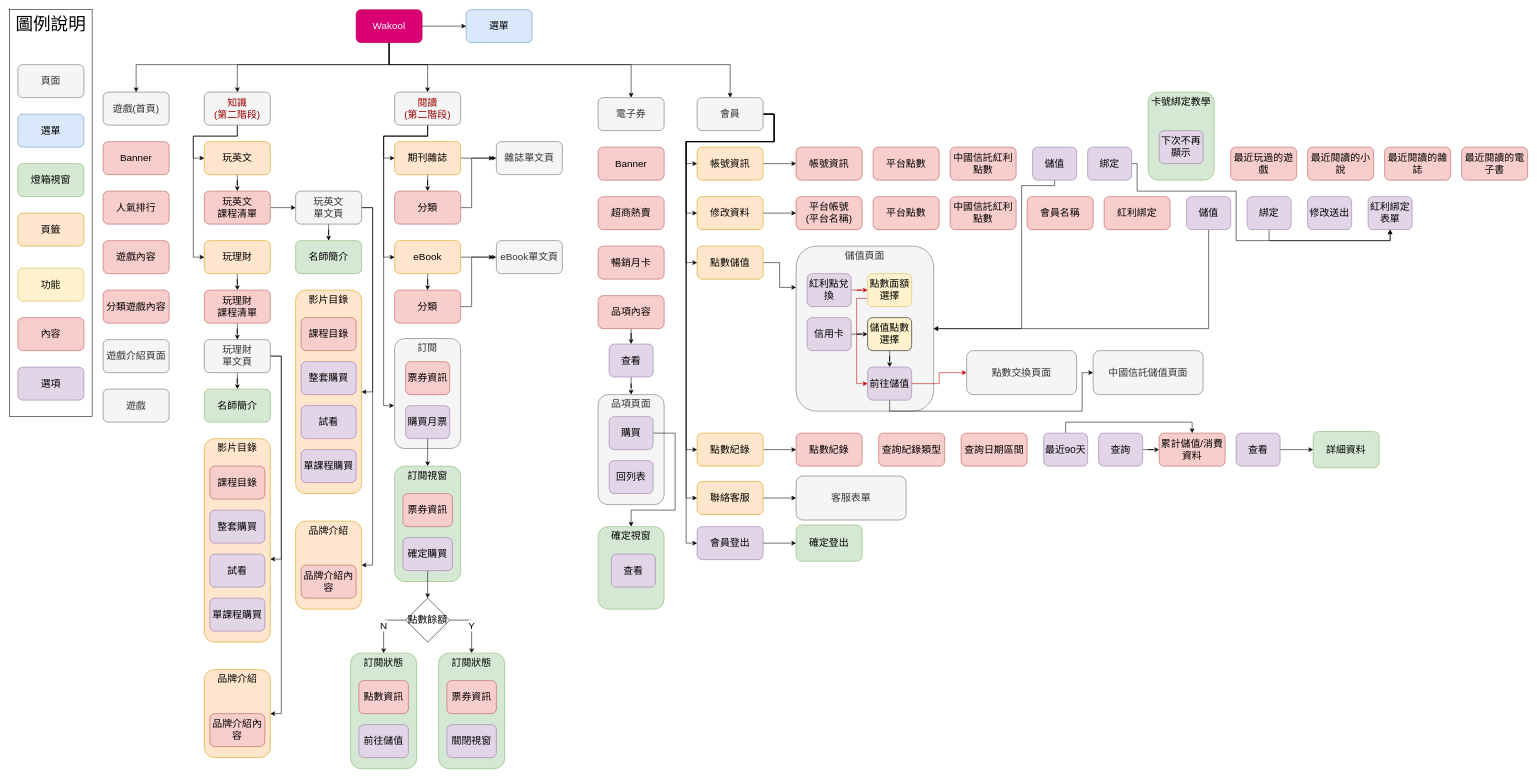
Cadmus-design/Diagrams keeps this draw.io diagram as page "sitemap-1117" (3 of 3) of 中信Wakool.drawio. Above is the earlier version. Source tidied: cells renumbered, new cells numbered last; positions are measured from the earlier drawing's top-left corner, leaving out a move shared by most shapes. Both pictures are drawn from the tidied source at 55%, with x=0, y=0 at pixel (9, 9).
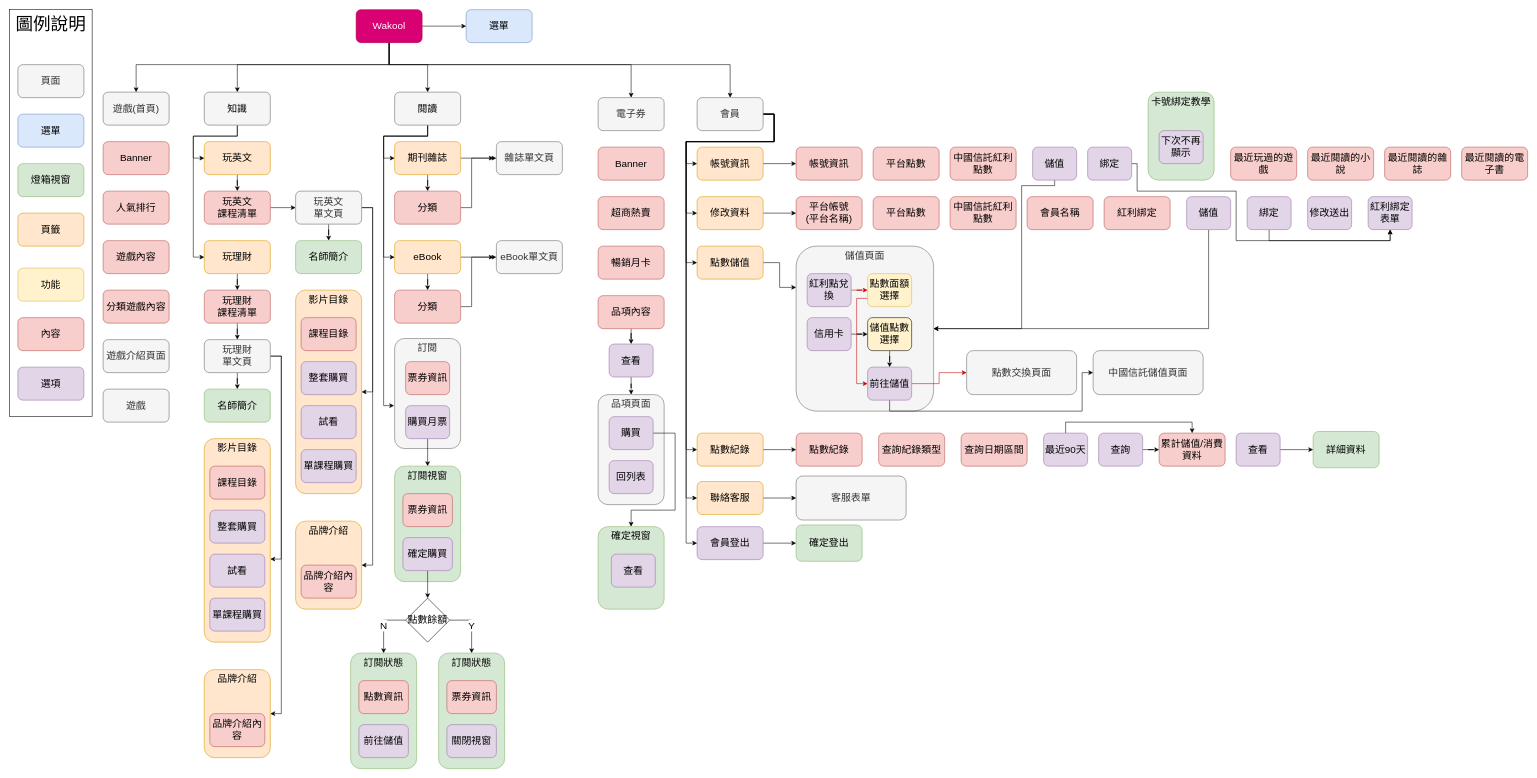
The same page after the edit.

What changed in the source:
```diff
@@
-    <mxCell id="11" value="&lt;div&gt;知識&lt;/div&gt;&lt;div&gt;(第二階段)&lt;/div&gt;" style="rounded=1;whiteSpace=wrap;html=1;fillColor=#f5f5f5;strokeColor=#666666;fontSize=18;fontColor=#990000;" parent="1" vertex="1">
+    <mxCell id="11" value="&lt;div&gt;知識&lt;/div&gt;" style="rounded=1;whiteSpace=wrap;html=1;fillColor=#f5f5f5;strokeColor=#666666;fontSize=18;fontColor=#000000;" parent="1" vertex="1">
       <mxGeometry x="354" y="150" width="120" height="60" as="geometry" />
     </mxCell>
@@
-    <mxCell id="15" value="&lt;div&gt;閱讀&lt;/div&gt;&lt;div&gt;(第二階段)&lt;/div&gt;" style="rounded=1;whiteSpace=wrap;html=1;fillColor=#f5f5f5;strokeColor=#666666;fontSize=18;fontColor=#990000;" parent="1" vertex="1">
+    <mxCell id="15" value="&lt;div&gt;閱讀&lt;/div&gt;" style="rounded=1;whiteSpace=wrap;html=1;fillColor=#f5f5f5;strokeColor=#666666;fontSize=18;fontColor=#000000;" parent="1" vertex="1">
       <mxGeometry x="700" y="150" width="120" height="60" as="geometry" />
     </mxCell>
```
